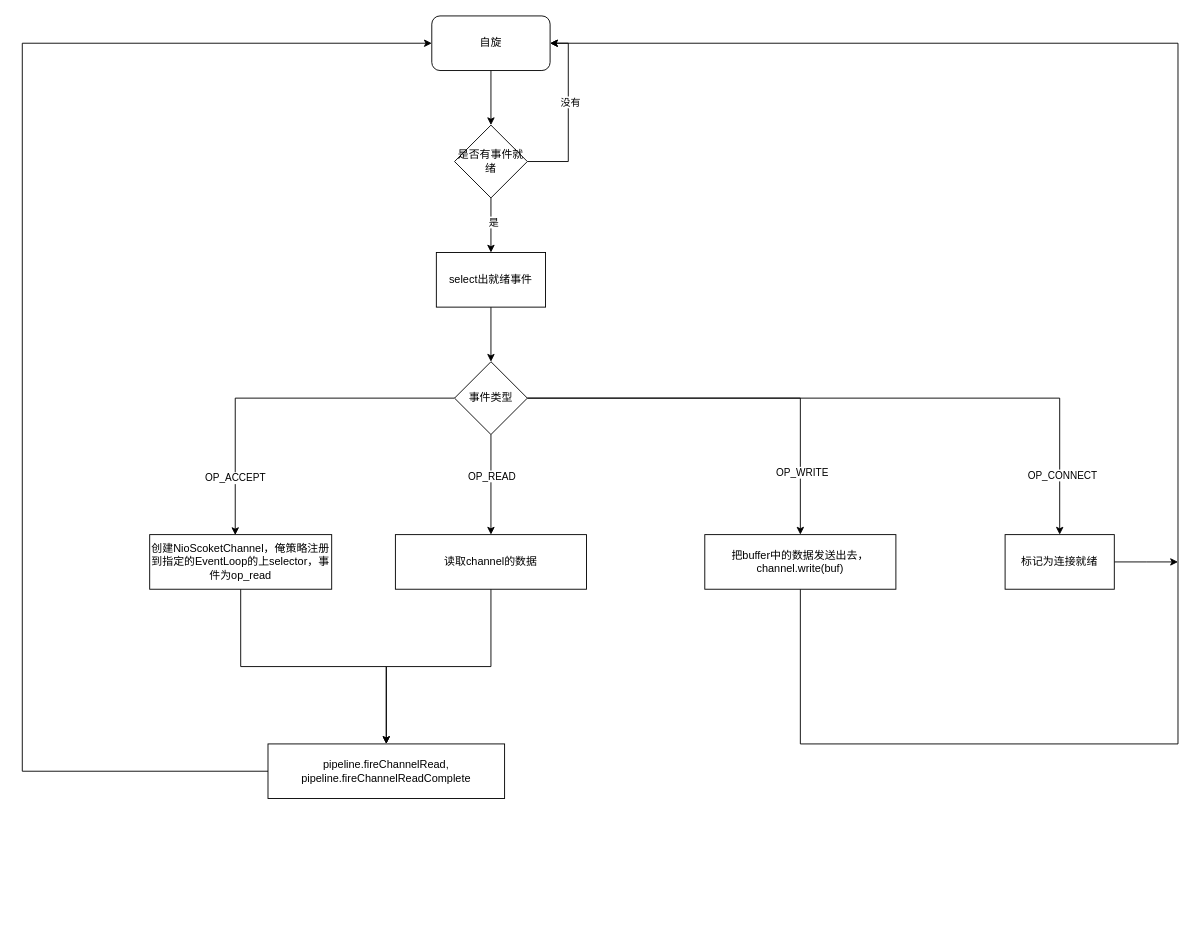
Above: page "一次简单的交互流程" (2 of 3) of nettyLearning.drawio in xiaomingcong/nettyLearning (draw.io), before the change. Source tidied: cells renumbered, new cells numbered last; positions are measured from the earlier drawing's top-left corner, leaving out a move shared by most shapes. Both pictures are drawn from the tidied source at 91%, with x=0, y=0 at pixel (22, 15).
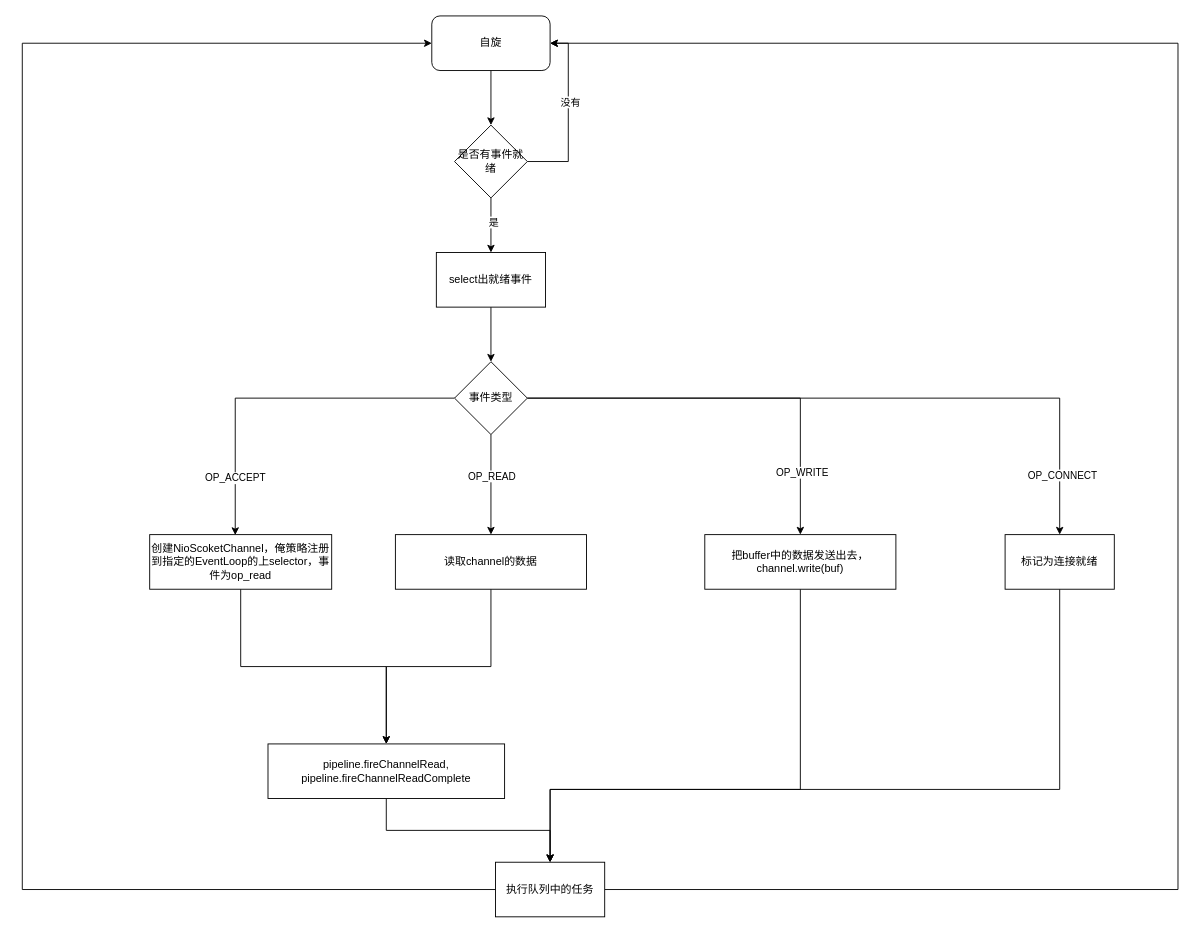
After the change.

The change refers to these unchanged cells:
```xml
<mxCell id="3" value="自旋" style="rounded=1;whiteSpace=wrap;html=1;direction=east;" parent="1" vertex="1">
  <mxGeometry x="450" width="130" height="60" as="geometry" />
</mxCell>
<mxCell id="16" value="pipeline.fireChannelRead,&lt;br&gt;pipeline.fireChannelReadComplete" style="whiteSpace=wrap;html=1;" parent="1" vertex="1">
  <mxGeometry x="270" y="800" width="260" height="60" as="geometry" />
</mxCell>
<mxCell id="18" value="把buffer中的数据发送出去，&lt;br&gt;channel.write(buf)" style="whiteSpace=wrap;html=1;" parent="1" vertex="1">
  <mxGeometry x="750" y="570" width="210" height="60" as="geometry" />
</mxCell>
<mxCell id="20" value="标记为连接就绪" style="whiteSpace=wrap;html=1;" parent="1" vertex="1">
  <mxGeometry x="1080" y="570" width="120" height="60" as="geometry" />
</mxCell>
```

Change to the diagram source:
```diff
@@
-    <mxCell id="15" style="edgeStyle=orthogonalEdgeStyle;rounded=0;jettySize=auto;html=1;" parent="1" edge="1" source="16" target="3">
+    <mxCell id="15" style="edgeStyle=orthogonalEdgeStyle;rounded=0;jettySize=auto;html=1;exitX=0;exitY=0.5;exitDx=0;exitDy=0;" parent="1" edge="1" source="33" target="3">
       <mxGeometry relative="1" as="geometry">
         <Array as="points">
-          <mxPoint y="830" />
+          <mxPoint y="960" />
           <mxPoint y="30" />
         </Array>
       </mxGeometry>
     </mxCell>
+    <mxCell id="30" style="edgeStyle=orthogonalEdgeStyle;rounded=0;jettySize=auto;html=1;entryX=0.5;entryY=0;entryDx=0;entryDy=0;" parent="1" edge="1" source="16" target="33">
+      <mxGeometry relative="1" as="geometry" />
+    </mxCell>
@@
-    <mxCell id="17" style="edgeStyle=orthogonalEdgeStyle;rounded=0;jettySize=auto;html=1;" parent="1" edge="1" source="18" target="3">
+    <mxCell id="17" style="edgeStyle=orthogonalEdgeStyle;rounded=0;jettySize=auto;html=1;exitX=1;exitY=0.5;exitDx=0;exitDy=0;" parent="1" edge="1" source="33" target="3">
       <mxGeometry relative="1" as="geometry">
         <Array as="points">
-          <mxPoint x="855" y="800" />
-          <mxPoint x="1270" y="800" />
+          <mxPoint x="1270" y="960" />
           <mxPoint x="1270" y="30" />
         </Array>
       </mxGeometry>
     </mxCell>
+    <mxCell id="31" style="edgeStyle=orthogonalEdgeStyle;rounded=0;jettySize=auto;html=1;entryX=0.5;entryY=0;entryDx=0;entryDy=0;" parent="1" edge="1" source="18" target="33">
+      <mxGeometry relative="1" as="geometry">
+        <Array as="points">
+          <mxPoint x="855" y="850" />
+          <mxPoint x="580" y="850" />
+        </Array>
+      </mxGeometry>
+    </mxCell>
@@
-    <mxCell id="19" style="edgeStyle=orthogonalEdgeStyle;rounded=0;jettySize=auto;html=1;" parent="1" edge="1" source="20">
-      <mxGeometry relative="1" as="geometry">
-        <mxPoint x="1270" y="600" as="targetPoint" />
-      </mxGeometry>
-    </mxCell>
+    <mxCell id="32" style="edgeStyle=orthogonalEdgeStyle;rounded=0;jettySize=auto;html=1;" parent="1" edge="1" source="20" target="33">
+      <mxGeometry relative="1" as="geometry">
+        <Array as="points">
+          <mxPoint x="1140" y="850" />
+          <mxPoint x="580" y="850" />
+        </Array>
+      </mxGeometry>
+    </mxCell>
@@
+    <mxCell id="33" value="执行队列中的任务" style="whiteSpace=wrap;html=1;" parent="1" vertex="1">
+      <mxGeometry x="520" y="930" width="120" height="60" as="geometry" />
+    </mxCell>
```
